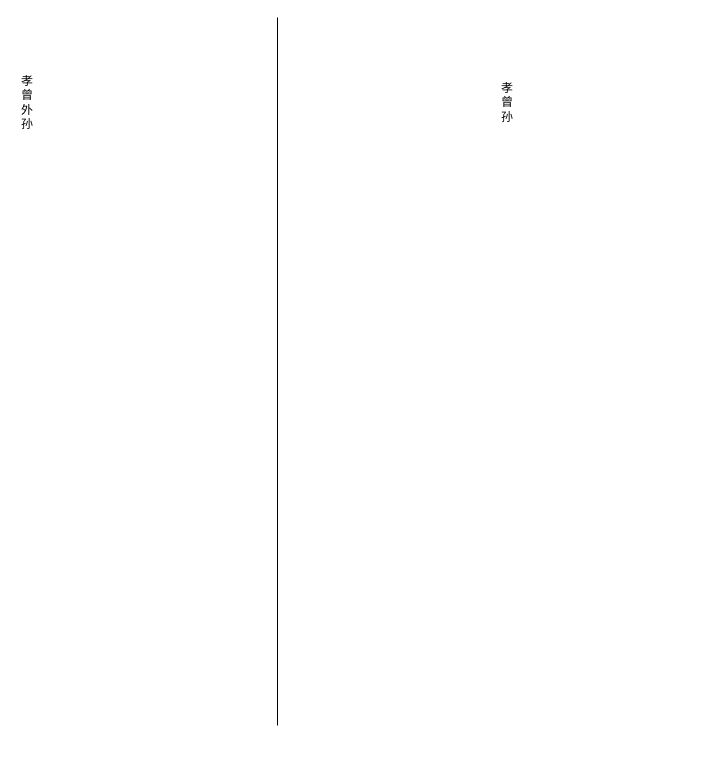
Earlier version of the draw.io diagram 家谱 (1).drawio (yugecxy/diagram). Source tidied: cells renumbered, new cells numbered last; positions are measured from the earlier drawing's top-left corner, leaving out a move shared by most shapes. Both pictures are drawn from the tidied source at 100%, with x=0, y=0 at pixel (17, 17).
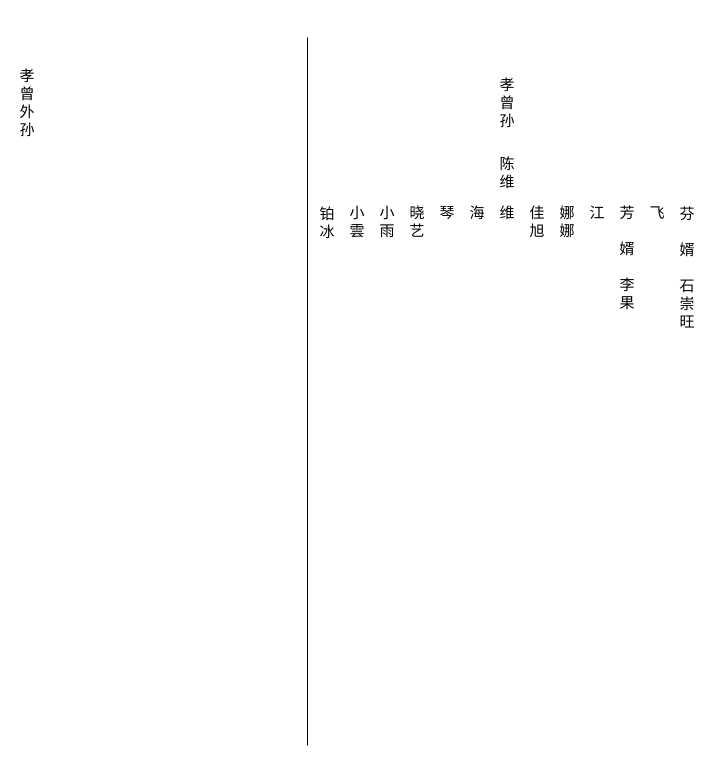
Above is the later version.

What changed in the source:
```diff
@@
 <mxGraphModel>
   <root>
     <mxCell id="0" />
     <mxCell id="1" parent="0" />
-    <mxCell id="2" value="孝&lt;br&gt;曾外&lt;br&gt;孙" style="text;html=1;strokeColor=none;fillColor=none;align=center;verticalAlign=middle;whiteSpace=wrap;rounded=0;" parent="1" vertex="1">
+    <mxCell id="2" value="孝&lt;br style=&quot;font-size: 15px;&quot;&gt;曾外&lt;br style=&quot;font-size: 15px;&quot;&gt;孙" style="text;html=1;strokeColor=none;fillColor=none;align=center;verticalAlign=middle;whiteSpace=wrap;rounded=0;fontSize=15;" parent="1" vertex="1">
       <mxGeometry y="50" width="20" height="70" as="geometry" />
     </mxCell>
-    <mxCell id="3" style="endArrow=none;html=1;" parent="1" edge="1">
+    <mxCell id="3" style="endArrow=none;html=1;fontSize=15;" parent="1" edge="1">
       <mxGeometry relative="1" as="geometry">
-        <mxPoint x="260" y="708" as="sourcePoint" />
-        <mxPoint x="260" as="targetPoint" />
+        <mxPoint x="290" y="728" as="sourcePoint" />
+        <mxPoint x="290" y="20" as="targetPoint" />
       </mxGeometry>
     </mxCell>
-    <mxCell id="4" value="孝&lt;br&gt;曾&lt;br&gt;孙" style="text;html=1;strokeColor=none;fillColor=none;align=center;verticalAlign=middle;whiteSpace=wrap;rounded=0;" parent="1" vertex="1">
+    <mxCell id="4" value="孝&lt;br style=&quot;font-size: 15px;&quot;&gt;曾&lt;br style=&quot;font-size: 15px;&quot;&gt;孙" style="text;html=1;strokeColor=none;fillColor=none;align=center;verticalAlign=middle;whiteSpace=wrap;rounded=0;fontSize=15;" parent="1" vertex="1">
       <mxGeometry x="480" y="50" width="20" height="70" as="geometry" />
     </mxCell>
+    <mxCell id="5" value="陈&lt;br&gt;维" style="text;html=1;strokeColor=none;fillColor=none;align=center;verticalAlign=middle;whiteSpace=wrap;rounded=0;fontSize=15;" parent="1" vertex="1">
+      <mxGeometry x="480" y="120" width="20" height="70" as="geometry" />
+    </mxCell>
+    <mxCell id="6" value="铂冰" style="text;html=1;strokeColor=none;fillColor=none;align=center;verticalAlign=middle;whiteSpace=wrap;rounded=0;fontSize=15;" parent="1" vertex="1">
+      <mxGeometry x="300" y="170" width="20" height="70" as="geometry" />
+    </mxCell>
+    <mxCell id="7" value="小雲" style="text;html=1;strokeColor=none;fillColor=none;align=center;verticalAlign=top;whiteSpace=wrap;rounded=0;fontSize=15;" parent="1" vertex="1">
+      <mxGeometry x="330" y="180" width="20" height="70" as="geometry" />
+    </mxCell>
+    <mxCell id="8" value="小雨" style="text;html=1;strokeColor=none;fillColor=none;align=center;verticalAlign=top;whiteSpace=wrap;rounded=0;fontSize=15;" parent="1" vertex="1">
+      <mxGeometry x="360" y="180" width="20" height="70" as="geometry" />
+    </mxCell>
+    <mxCell id="9" value="晓艺" style="text;html=1;strokeColor=none;fillColor=none;align=center;verticalAlign=top;whiteSpace=wrap;rounded=0;fontSize=15;" parent="1" vertex="1">
+      <mxGeometry x="390" y="180" width="20" height="70" as="geometry" />
+    </mxCell>
+    <mxCell id="10" value="海" style="text;html=1;strokeColor=none;fillColor=none;align=center;verticalAlign=top;whiteSpace=wrap;rounded=0;fontSize=15;" parent="1" vertex="1">
+      <mxGeometry x="450" y="180" width="20" height="70" as="geometry" />
+    </mxCell>
+    <mxCell id="11" value="佳旭" style="text;html=1;strokeColor=none;fillColor=none;align=center;verticalAlign=top;whiteSpace=wrap;rounded=0;fontSize=15;" parent="1" vertex="1">
+      <mxGeometry x="510" y="180" width="20" height="70" as="geometry" />
+    </mxCell>
+    <mxCell id="12" value="娜娜" style="text;html=1;strokeColor=none;fillColor=none;align=center;verticalAlign=top;whiteSpace=wrap;rounded=0;fontSize=15;" parent="1" vertex="1">
+      <mxGeometry x="540" y="180" width="20" height="70" as="geometry" />
+    </mxCell>
+    <mxCell id="13" value="江" style="text;html=1;strokeColor=none;fillColor=none;align=center;verticalAlign=top;whiteSpace=wrap;rounded=0;fontSize=15;" parent="1" vertex="1">
+      <mxGeometry x="570" y="180" width="20" height="70" as="geometry" />
+    </mxCell>
+    <mxCell id="14" value="飞" style="text;html=1;strokeColor=none;fillColor=none;align=center;verticalAlign=top;whiteSpace=wrap;rounded=0;fontSize=15;" parent="1" vertex="1">
+      <mxGeometry x="630" y="180" width="20" height="70" as="geometry" />
+    </mxCell>
+    <mxCell id="15" value="芬&lt;br&gt;&lt;br&gt;婿&lt;br&gt;&lt;br&gt;石崇旺" style="text;html=1;strokeColor=none;fillColor=none;align=center;verticalAlign=middle;whiteSpace=wrap;rounded=0;fontSize=15;" parent="1" vertex="1">
+      <mxGeometry x="660" y="190" width="20" height="120" as="geometry" />
+    </mxCell>
+    <mxCell id="16" value="芳&lt;br&gt;&lt;br&gt;婿&lt;br&gt;&lt;br&gt;李果" style="text;html=1;strokeColor=none;fillColor=none;align=center;verticalAlign=top;whiteSpace=wrap;rounded=0;fontSize=15;" parent="1" vertex="1">
+      <mxGeometry x="600" y="180" width="20" height="120" as="geometry" />
+    </mxCell>
+    <mxCell id="17" value="维" style="text;html=1;strokeColor=none;fillColor=none;align=center;verticalAlign=top;whiteSpace=wrap;rounded=0;fontSize=15;" parent="1" vertex="1">
+      <mxGeometry x="480" y="180" width="20" height="70" as="geometry" />
+    </mxCell>
+    <mxCell id="18" value="琴" style="text;html=1;strokeColor=none;fillColor=none;align=center;verticalAlign=top;whiteSpace=wrap;rounded=0;fontSize=15;" parent="1" vertex="1">
+      <mxGeometry x="420" y="180" width="20" height="70" as="geometry" />
+    </mxCell>
   </root>
 </mxGraphModel>
```
